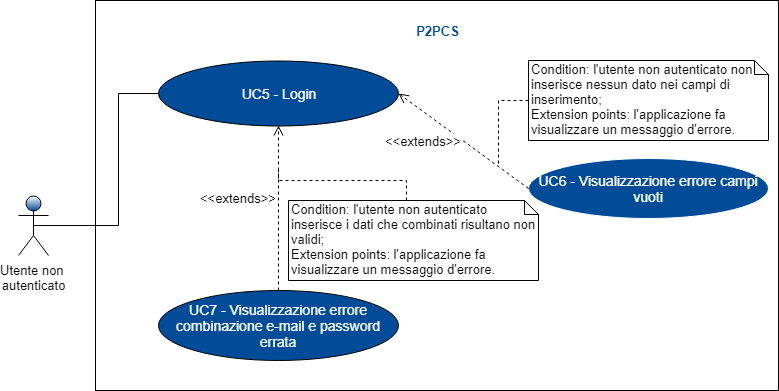
Earlier version of the draw.io export RR/Esterni/Analisi_dei_requisiti/res/images/Schemagenerale2.png (ZeusCode17/P2PCS). Source tidied: cells renumbered, new cells last; positions are measured from the earlier drawing's top-left corner, leaving out a move shared by most shapes. Source of this version:
```xml
<mxGraphModel>
  <root>
    <mxCell id="0" />
    <mxCell id="1" parent="0" />
    <mxCell id="2" style="rounded=0;whiteSpace=wrap;html=1;" parent="1" vertex="1">
      <mxGeometry x="77" width="683" height="390" as="geometry" />
    </mxCell>
    <mxCell id="3" style="edgeStyle=orthogonalEdgeStyle;rounded=0;jettySize=auto;html=1;endArrow=none;endFill=0;fontSize=14;fontColor=#FFFFFF;exitX=0.5;exitY=0.5;exitDx=0;exitDy=0;exitPerimeter=0;" parent="1" edge="1" source="4" target="5">
      <mxGeometry relative="1" as="geometry">
        <Array as="points">
          <mxPoint x="100" y="225" />
          <mxPoint x="100" y="93" />
        </Array>
      </mxGeometry>
    </mxCell>
    <mxCell id="4" value="Utente non &lt;br&gt;autenticato&lt;br style=&quot;font-size: 13px&quot;&gt;" style="shape=umlActor;verticalLabelPosition=bottom;labelBackgroundColor=#ffffff;verticalAlign=top;html=1;shadow=0;strokeColor=#000000;fillColor=#004C99;gradientColor=#ffffff;fontFamily=Helvetica;fontSize=13;fontColor=#000000;gradientDirection=north;" parent="1" vertex="1">
      <mxGeometry y="195" width="30" height="60" as="geometry" />
    </mxCell>
    <mxCell id="5" value="UC5&amp;nbsp;- Login&lt;br&gt;" style="ellipse;whiteSpace=wrap;html=1;fontSize=14;fontColor=#FFFFFF;fillColor=#004C99;" parent="1" vertex="1">
      <mxGeometry x="140" y="60" width="240" height="65" as="geometry" />
    </mxCell>
    <mxCell id="6" value="UC7 - Visualizzazione errore combinazione e-mail e password errata" style="ellipse;whiteSpace=wrap;html=1;fontSize=14;fontColor=#FFFFFF;fillColor=#004C99;" parent="1" vertex="1">
      <mxGeometry x="140" y="290" width="240" height="70" as="geometry" />
    </mxCell>
    <mxCell id="7" value="UC6 - Visualizzazione errore campi vuoti&lt;br&gt;" style="ellipse;whiteSpace=wrap;html=1;strokeColor=#FFFFFF;fillColor=#004C99;fontSize=14;fontColor=#FFFFFF;" parent="1" vertex="1">
      <mxGeometry x="510" y="157.5" width="240" height="60" as="geometry" />
    </mxCell>
    <mxCell id="8" value="P2PCS" style="text;html=1;strokeColor=none;fillColor=none;align=center;verticalAlign=middle;whiteSpace=wrap;rounded=0;fontSize=13;fontStyle=1;fontColor=#004C99;" parent="1" vertex="1">
      <mxGeometry x="382.5" y="20" width="73" height="20" as="geometry" />
    </mxCell>
    <mxCell id="9" value="&amp;lt;&amp;lt;extends&amp;gt;&amp;gt;&lt;br&gt;" style="html=1;verticalAlign=middle;endArrow=open;dashed=1;endSize=8;fontSize=13;fontColor=#000000;entryX=1;entryY=0.5;entryDx=0;entryDy=0;exitX=0;exitY=0.5;exitDx=0;exitDy=0;labelPosition=left;verticalLabelPosition=middle;align=right;" parent="1" edge="1" source="7" target="5">
      <mxGeometry relative="1" as="geometry" />
    </mxCell>
    <mxCell id="10" value="&amp;lt;&amp;lt;extends&amp;gt;&amp;gt;" style="html=1;verticalAlign=bottom;endArrow=open;dashed=1;endSize=8;fontSize=13;fontColor=#000000;labelPosition=left;verticalLabelPosition=top;align=right;exitX=0.5;exitY=0;exitDx=0;exitDy=0;" parent="1" edge="1" source="6" target="5">
      <mxGeometry relative="1" as="geometry" />
    </mxCell>
    <mxCell id="11" style="edgeStyle=orthogonalEdgeStyle;rounded=0;jettySize=auto;html=1;exitX=0;exitY=0.5;exitDx=0;exitDy=0;exitPerimeter=0;fontSize=13;fontColor=#000000;dashed=1;endArrow=none;endFill=0;" parent="1" edge="1" source="12">
      <mxGeometry relative="1" as="geometry">
        <mxPoint x="480" y="165" as="targetPoint" />
      </mxGeometry>
    </mxCell>
    <mxCell id="12" value="Condition:&amp;nbsp;l'utente non autenticato non inserisce nessun dato nei campi di inserimento;&lt;br style=&quot;font-size: 13px&quot;&gt;Extension points:&amp;nbsp;l'applicazione fa visualizzare un messaggio d'errore.&lt;br style=&quot;font-size: 13px&quot;&gt;" style="shape=note;whiteSpace=wrap;html=1;size=14;verticalAlign=top;align=left;spacingTop=-6;fontSize=13;fontColor=#000000;" parent="1" vertex="1">
      <mxGeometry x="510" y="60" width="240" height="80" as="geometry" />
    </mxCell>
    <mxCell id="13" style="edgeStyle=orthogonalEdgeStyle;rounded=0;jettySize=auto;html=1;exitX=0;exitY=0;exitDx=118;exitDy=0;exitPerimeter=0;endArrow=none;endFill=0;dashed=1;" parent="1" edge="1" source="14">
      <mxGeometry relative="1" as="geometry">
        <mxPoint x="260" y="170" as="targetPoint" />
      </mxGeometry>
    </mxCell>
    <mxCell id="14" value="Condition: l'utente non autenticato inserisce i dati che combinati risultano non validi; &lt;br&gt;Extension points:&amp;nbsp;l'applicazione fa visualizzare un messaggio d'errore.&lt;br&gt;" style="shape=note;whiteSpace=wrap;html=1;size=14;verticalAlign=top;align=left;spacingTop=-6;fontSize=13;fontColor=#000000;" parent="1" vertex="1">
      <mxGeometry x="270" y="200" width="250" height="80" as="geometry" />
    </mxCell>
  </root>
</mxGraphModel>
```
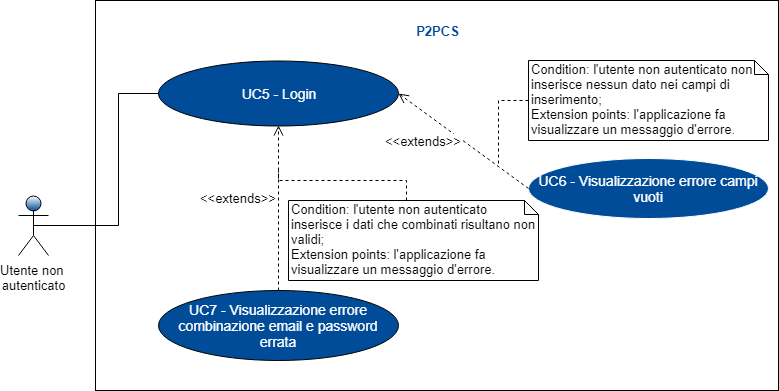
Above is the later version.

The edit, as a diff of the source:
```diff
@@ -19,7 +19,7 @@
     <mxCell id="5" value="UC5&amp;nbsp;- Login&lt;br&gt;" style="ellipse;whiteSpace=wrap;html=1;fontSize=14;fontColor=#FFFFFF;fillColor=#004C99;" parent="1" vertex="1">
       <mxGeometry x="140" y="60" width="240" height="65" as="geometry" />
     </mxCell>
-    <mxCell id="6" value="UC7 - Visualizzazione errore combinazione e-mail e password errata" style="ellipse;whiteSpace=wrap;html=1;fontSize=14;fontColor=#FFFFFF;fillColor=#004C99;" parent="1" vertex="1">
+    <mxCell id="6" value="UC7 - Visualizzazione errore combinazione email e password errata" style="ellipse;whiteSpace=wrap;html=1;fontSize=14;fontColor=#FFFFFF;fillColor=#004C99;" parent="1" vertex="1">
       <mxGeometry x="140" y="290" width="240" height="70" as="geometry" />
     </mxCell>
     <mxCell id="7" value="UC6 - Visualizzazione errore campi vuoti&lt;br&gt;" style="ellipse;whiteSpace=wrap;html=1;strokeColor=#FFFFFF;fillColor=#004C99;fontSize=14;fontColor=#FFFFFF;" parent="1" vertex="1">
```
